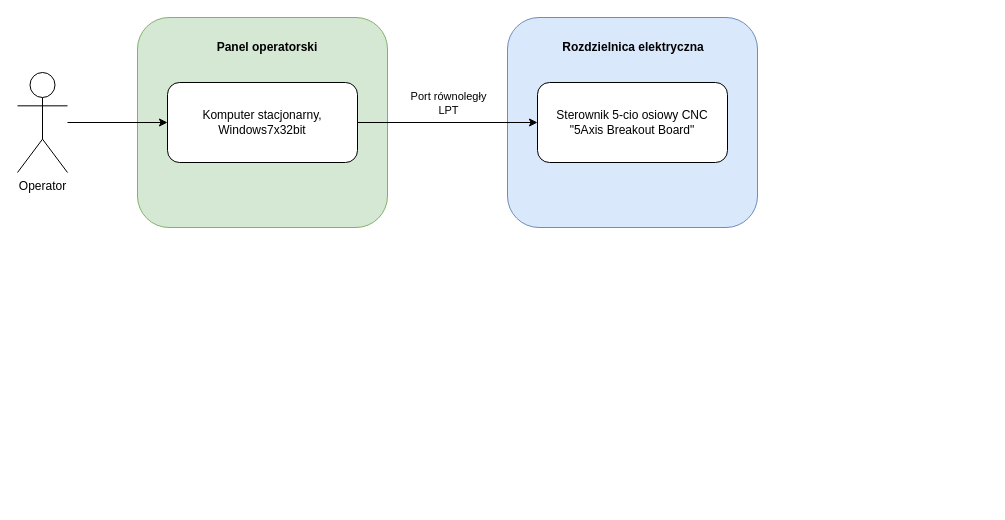
This is pod_ele.drawio from TheKureq/TheKureq, a draw.io file, before an edit. Source tidied: cells renumbered, new cells numbered last; positions are measured from the earlier drawing's top-left corner, leaving out a move shared by most shapes. Both pictures are drawn from the tidied source at 100%, with x=0, y=0 at pixel (17, 17).
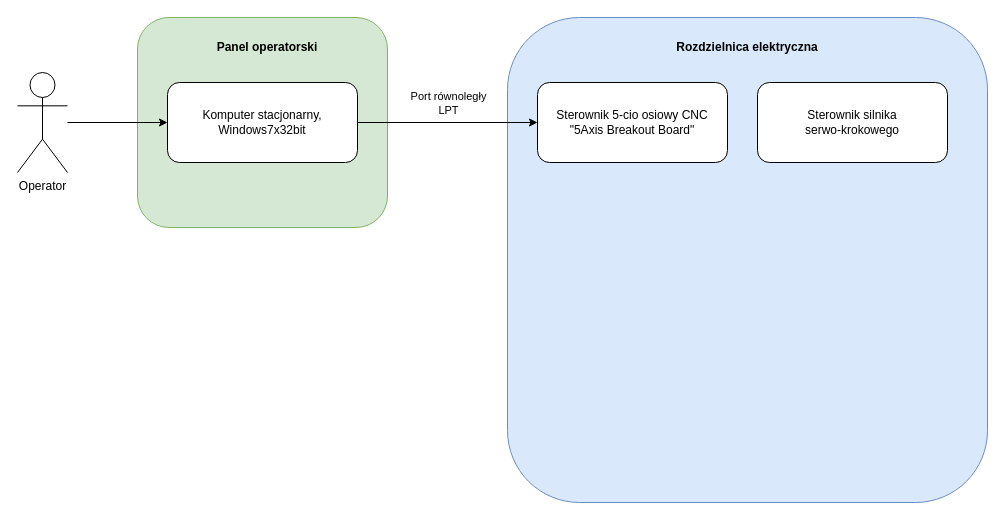
The same diagram, later.

The edit, as a diff of the source:
```diff
@@
 <mxGraphModel>
   <root>
     <mxCell id="0" />
     <mxCell id="1" parent="0" />
     <mxCell id="2" style="rounded=1;whiteSpace=wrap;html=1;fillColor=#d5e8d4;strokeColor=#82b366;" parent="1" vertex="1">
       <mxGeometry x="120" width="250" height="210" as="geometry" />
     </mxCell>
     <mxCell id="3" style="rounded=1;whiteSpace=wrap;html=1;fillColor=#dae8fc;strokeColor=#6c8ebf;" parent="1" vertex="1">
-      <mxGeometry x="490" width="250" height="210" as="geometry" />
+      <mxGeometry x="490" width="480" height="485" as="geometry" />
     </mxCell>
     <mxCell id="4" value="&lt;div&gt;Sterownik 5-cio osiowy CNC&lt;/div&gt;&lt;div&gt;&quot;5Axis Breakout Board&quot;&lt;br&gt;&lt;/div&gt;" style="rounded=1;whiteSpace=wrap;html=1;" parent="1" vertex="1">
       <mxGeometry x="520" y="65" width="190" height="80" as="geometry" />
     </mxCell>
     <mxCell id="5" style="edgeStyle=orthogonalEdgeStyle;rounded=0;jettySize=auto;html=1;exitX=1;exitY=0.5;exitDx=0;exitDy=0;entryX=0;entryY=0.5;entryDx=0;entryDy=0;" parent="1" edge="1" source="7" target="4">
       <mxGeometry relative="1" as="geometry" />
     </mxCell>
     <mxCell id="6" value="Port równoległy&lt;br&gt;LPT" style="edgeLabel;html=1;align=center;verticalAlign=middle;" parent="5" vertex="1">
       <mxGeometry x="0.21" y="3" relative="1" as="geometry">
         <mxPoint x="-19" y="-17" as="offset" />
       </mxGeometry>
     </mxCell>
     <mxCell id="7" value="&lt;div&gt;Komputer stacjonarny,&lt;/div&gt;&lt;div&gt;Windows7x32bit&lt;br&gt;&lt;/div&gt;" style="rounded=1;whiteSpace=wrap;html=1;" parent="1" vertex="1">
       <mxGeometry x="150" y="65" width="190" height="80" as="geometry" />
     </mxCell>
     <mxCell id="8" value="Rozdzielnica elektryczna" style="text;html=1;strokeColor=none;fillColor=none;align=center;verticalAlign=middle;whiteSpace=wrap;rounded=0;fontStyle=1;" parent="1" vertex="1">
-      <mxGeometry x="516" y="15" width="200" height="30" as="geometry" />
+      <mxGeometry x="630" y="15" width="200" height="30" as="geometry" />
     </mxCell>
     <mxCell id="9" value="Panel operatorski" style="text;html=1;strokeColor=none;fillColor=none;align=center;verticalAlign=middle;whiteSpace=wrap;rounded=0;fontStyle=1;" parent="1" vertex="1">
       <mxGeometry x="150" y="15" width="200" height="30" as="geometry" />
     </mxCell>
     <mxCell id="10" style="edgeStyle=orthogonalEdgeStyle;rounded=0;jettySize=auto;html=1;" parent="1" edge="1" source="11" target="7">
       <mxGeometry relative="1" as="geometry" />
     </mxCell>
     <mxCell id="11" value="Operator" style="shape=umlActor;verticalLabelPosition=bottom;verticalAlign=top;html=1;outlineConnect=0;" parent="1" vertex="1">
       <mxGeometry y="55" width="50" height="100" as="geometry" />
     </mxCell>
+    <mxCell id="12" value="Sterownik silnika &lt;br&gt;serwo-krokowego" style="rounded=1;whiteSpace=wrap;html=1;" parent="1" vertex="1">
+      <mxGeometry x="740" y="65" width="190" height="80" as="geometry" />
+    </mxCell>
   </root>
 </mxGraphModel>
```
